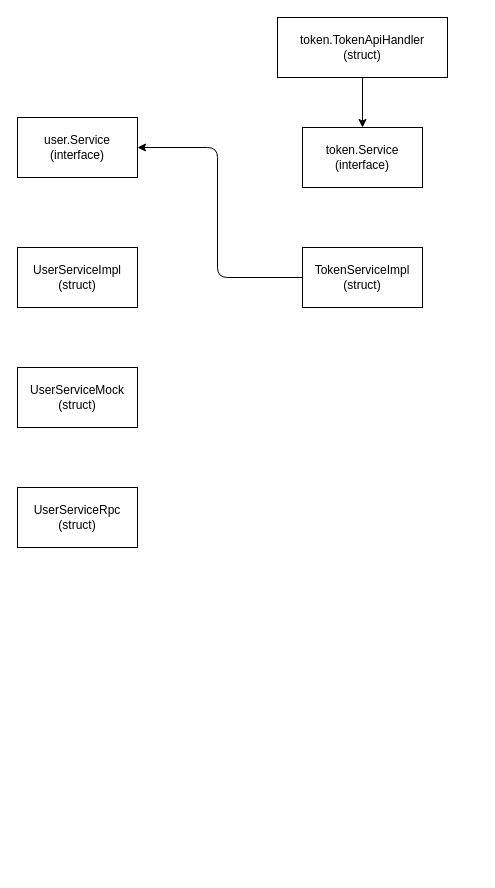
Earlier version of the draw.io diagram vblog/docs/oop.drawio (dawson283067/go_projects). Source tidied: cells renumbered, new cells numbered last; positions are measured from the earlier drawing's top-left corner, leaving out a move shared by most shapes. Both pictures are drawn from the tidied source at 100%, with x=0, y=0 at pixel (17, 17).
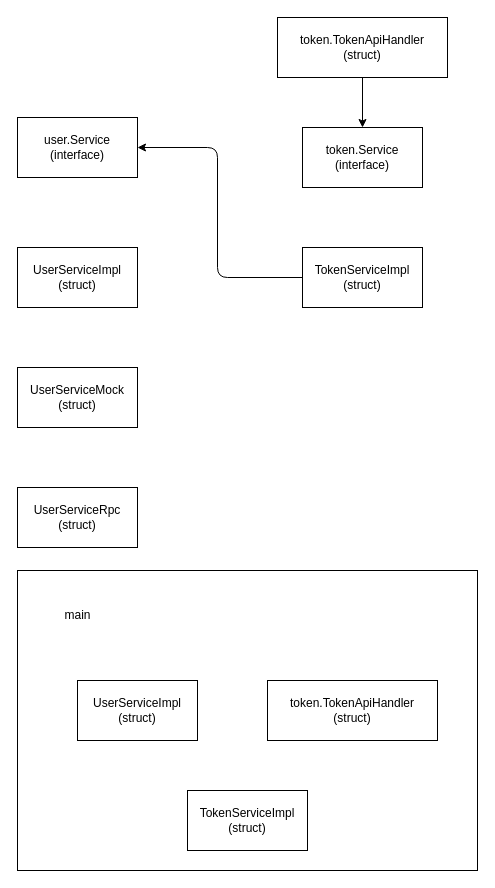
The same page after the edit.

The edit, as a diff of the source:
```diff
@@
 <mxGraphModel>
   <root>
     <mxCell id="0" />
     <mxCell id="1" parent="0" />
     <mxCell id="2" value="user.Service&lt;br&gt;(interface)" style="rounded=0;whiteSpace=wrap;html=1;" parent="1" vertex="1">
       <mxGeometry y="100" width="120" height="60" as="geometry" />
     </mxCell>
     <mxCell id="3" value="token.Service&lt;br&gt;(interface)" style="rounded=0;whiteSpace=wrap;html=1;" parent="1" vertex="1">
       <mxGeometry x="285" y="110" width="120" height="60" as="geometry" />
     </mxCell>
     <mxCell id="4" value="TokenServiceImpl&lt;br&gt;(struct)" style="rounded=0;whiteSpace=wrap;html=1;" parent="1" vertex="1">
       <mxGeometry x="285" y="230" width="120" height="60" as="geometry" />
     </mxCell>
     <mxCell id="5" value="UserServiceImpl&lt;br&gt;(struct)" style="rounded=0;whiteSpace=wrap;html=1;" parent="1" vertex="1">
       <mxGeometry y="230" width="120" height="60" as="geometry" />
     </mxCell>
     <mxCell id="6" value="UserServiceMock&lt;br&gt;(struct)" style="rounded=0;whiteSpace=wrap;html=1;" parent="1" vertex="1">
       <mxGeometry y="350" width="120" height="60" as="geometry" />
     </mxCell>
     <mxCell id="7" value="UserServiceRpc&lt;br&gt;(struct)" style="rounded=0;whiteSpace=wrap;html=1;" parent="1" vertex="1">
       <mxGeometry y="470" width="120" height="60" as="geometry" />
     </mxCell>
     <mxCell id="8" style="endArrow=classic;html=1;exitX=0;exitY=0.5;exitDx=0;exitDy=0;entryX=1;entryY=0.5;entryDx=0;entryDy=0;" parent="1" edge="1" source="4" target="2">
       <mxGeometry relative="1" as="geometry">
         <Array as="points">
           <mxPoint x="200" y="260" />
           <mxPoint x="200" y="130" />
         </Array>
       </mxGeometry>
     </mxCell>
     <mxCell id="9" value="token.TokenApiHandler&lt;br&gt;(struct)" style="rounded=0;whiteSpace=wrap;html=1;" parent="1" vertex="1">
       <mxGeometry x="260" width="170" height="60" as="geometry" />
     </mxCell>
     <mxCell id="10" style="endArrow=classic;html=1;entryX=0.5;entryY=0;entryDx=0;entryDy=0;exitX=0.5;exitY=1;exitDx=0;exitDy=0;" parent="1" edge="1" source="9" target="3">
       <mxGeometry relative="1" as="geometry" />
     </mxCell>
+    <mxCell id="11" style="rounded=0;whiteSpace=wrap;html=1;" parent="1" vertex="1">
+      <mxGeometry y="553" width="460" height="300" as="geometry" />
+    </mxCell>
+    <mxCell id="12" value="token.TokenApiHandler&lt;br&gt;(struct)" style="rounded=0;whiteSpace=wrap;html=1;" parent="1" vertex="1">
+      <mxGeometry x="250" y="663" width="170" height="60" as="geometry" />
+    </mxCell>
+    <mxCell id="13" value="TokenServiceImpl&lt;br&gt;(struct)" style="rounded=0;whiteSpace=wrap;html=1;" parent="1" vertex="1">
+      <mxGeometry x="170" y="773" width="120" height="60" as="geometry" />
+    </mxCell>
+    <mxCell id="14" value="UserServiceImpl&lt;br&gt;(struct)" style="rounded=0;whiteSpace=wrap;html=1;" parent="1" vertex="1">
+      <mxGeometry x="60" y="663" width="120" height="60" as="geometry" />
+    </mxCell>
+    <mxCell id="15" value="main" style="text;html=1;align=center;verticalAlign=middle;strokeColor=none;fillColor=none;" parent="1" vertex="1">
+      <mxGeometry x="35" y="583" width="50" height="30" as="geometry" />
+    </mxCell>
   </root>
 </mxGraphModel>
```
